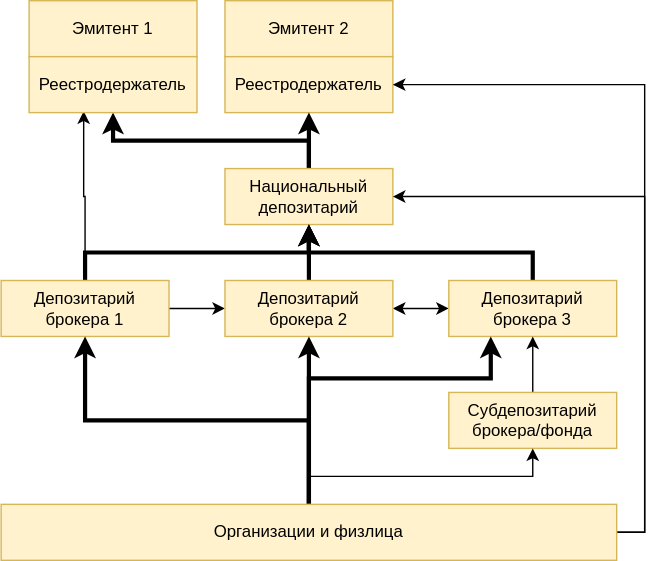
Above: notes/digital_currencies/securities.svg in onfin/onfin.github.io (draw.io), before the change. Source tidied: cells renumbered, new cells last; positions are measured from the earlier drawing's top-left corner, leaving out a move shared by most shapes.
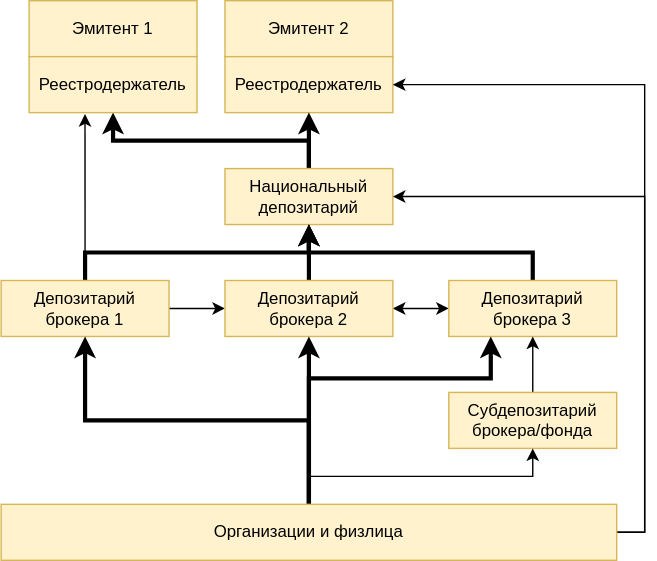
The same diagram one commit later.

Diff of the diagram source:
```diff
@@ -20,7 +20,7 @@
     <mxCell id="7" style="edgeStyle=orthogonalEdgeStyle;rounded=0;jettySize=auto;html=1;exitX=0.5;exitY=0;exitDx=0;exitDy=0;entryX=0.5;entryY=1;entryDx=0;entryDy=0;startArrow=none;startFill=0;strokeWidth=3;" parent="1" edge="1" source="10" target="6">
       <mxGeometry relative="1" as="geometry" />
     </mxCell>
-    <mxCell id="8" style="rounded=0;jettySize=auto;html=1;exitX=0.5;exitY=0;exitDx=0;exitDy=0;startArrow=none;startFill=0;edgeStyle=orthogonalEdgeStyle;entryX=0.325;entryY=0.975;entryDx=0;entryDy=0;entryPerimeter=0;" parent="1" edge="1" source="10" target="26">
+    <mxCell id="8" style="rounded=0;jettySize=auto;html=1;exitX=0.5;exitY=0;exitDx=0;exitDy=0;startArrow=none;startFill=0;entryX=0.333;entryY=1.025;entryDx=0;entryDy=0;entryPerimeter=0;" parent="1" edge="1" source="10" target="26">
       <mxGeometry relative="1" as="geometry" />
     </mxCell>
     <mxCell id="9" style="edgeStyle=orthogonalEdgeStyle;rounded=0;jettySize=auto;html=1;exitX=1;exitY=0.5;exitDx=0;exitDy=0;entryX=0;entryY=0.5;entryDx=0;entryDy=0;startArrow=none;startFill=0;" parent="1" edge="1" source="10" target="13">
```
